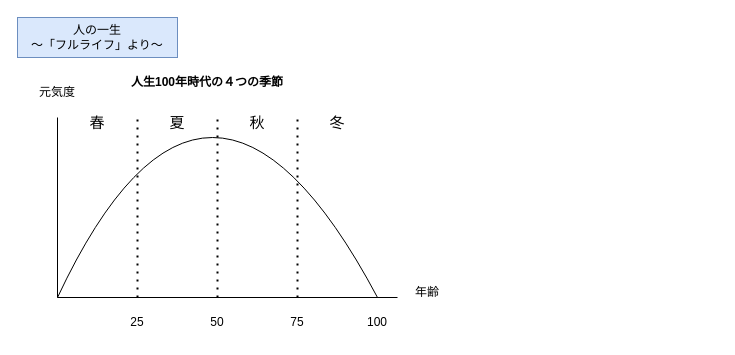
The draw.io diagram qiita_time_hito2.drawio in YossyIto/booklog_drowio, before the edit. Source tidied: cells renumbered, new cells numbered last; positions are measured from the earlier drawing's top-left corner, leaving out a move shared by most shapes. Both pictures are drawn from the tidied source at 100%, with x=0, y=0 at pixel (17, -23).
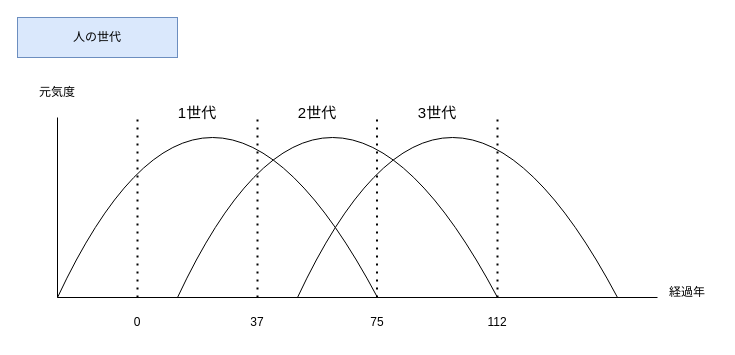
The same page after the edit.

Commit message:
qiita_time_hito2.drawio を更新します

Change to the diagram source:
```diff
@@
-    <mxCell id="2" value="人の一生&lt;div&gt;～「フルライフ」より～&lt;/div&gt;" style="text;html=1;align=center;verticalAlign=middle;whiteSpace=wrap;rounded=0;fillColor=#dae8fc;strokeColor=#6c8ebf;" parent="1" vertex="1">
+    <mxCell id="2" value="人の世代" style="text;html=1;align=center;verticalAlign=middle;whiteSpace=wrap;rounded=0;fillColor=#dae8fc;strokeColor=#6c8ebf;" parent="1" vertex="1">
       <mxGeometry y="40" width="160" height="40" as="geometry" />
     </mxCell>
@@
     <mxCell id="4" style="endArrow=none;html=1;rounded=0;" parent="1" edge="1">
       <mxGeometry relative="1" as="geometry">
         <mxPoint x="40" y="320" as="sourcePoint" />
-        <mxPoint x="380" y="320" as="targetPoint" />
+        <mxPoint x="640" y="320" as="targetPoint" />
       </mxGeometry>
     </mxCell>
     <mxCell id="5" style="endArrow=none;dashed=1;html=1;dashPattern=1 3;strokeWidth=2;rounded=0;" parent="1" edge="1">
       <mxGeometry relative="1" as="geometry">
-        <mxPoint x="200" y="320" as="sourcePoint" />
-        <mxPoint x="200" y="140" as="targetPoint" />
+        <mxPoint x="240" y="320" as="sourcePoint" />
+        <mxPoint x="240" y="140" as="targetPoint" />
       </mxGeometry>
     </mxCell>
@@
-    <mxCell id="7" style="endArrow=none;dashed=1;html=1;dashPattern=1 3;strokeWidth=2;rounded=0;" parent="1" edge="1">
-      <mxGeometry relative="1" as="geometry">
-        <mxPoint x="280" y="320" as="sourcePoint" />
-        <mxPoint x="280" y="140" as="targetPoint" />
-      </mxGeometry>
-    </mxCell>
@@
-    <mxCell id="9" value="年齢" style="text;html=1;align=center;verticalAlign=middle;whiteSpace=wrap;rounded=0;" parent="1" vertex="1">
-      <mxGeometry x="380" y="300" width="60" height="30" as="geometry" />
+    <mxCell id="9" value="経過年" style="text;html=1;align=center;verticalAlign=middle;whiteSpace=wrap;rounded=0;" parent="1" vertex="1">
+      <mxGeometry x="640" y="300" width="60" height="30" as="geometry" />
     </mxCell>
@@
-    <mxCell id="11" value="75" style="text;html=1;align=center;verticalAlign=middle;whiteSpace=wrap;rounded=0;" parent="1" vertex="1">
-      <mxGeometry x="250" y="330" width="60" height="30" as="geometry" />
-    </mxCell>
-    <mxCell id="12" value="50" style="text;html=1;align=center;verticalAlign=middle;whiteSpace=wrap;rounded=0;" parent="1" vertex="1">
-      <mxGeometry x="170" y="330" width="60" height="30" as="geometry" />
+    <mxCell id="12" value="37" style="text;html=1;align=center;verticalAlign=middle;whiteSpace=wrap;rounded=0;" parent="1" vertex="1">
+      <mxGeometry x="210" y="330" width="60" height="30" as="geometry" />
     </mxCell>
-    <mxCell id="13" value="25" style="text;html=1;align=center;verticalAlign=middle;whiteSpace=wrap;rounded=0;" parent="1" vertex="1">
+    <mxCell id="13" value="0" style="text;html=1;align=center;verticalAlign=middle;whiteSpace=wrap;rounded=0;" parent="1" vertex="1">
       <mxGeometry x="90" y="330" width="60" height="30" as="geometry" />
     </mxCell>
-    <mxCell id="14" value="100" style="text;html=1;align=center;verticalAlign=middle;whiteSpace=wrap;rounded=0;" parent="1" vertex="1">
-      <mxGeometry x="330" y="330" width="60" height="30" as="geometry" />
-    </mxCell>
-    <mxCell id="15" value="春" style="text;html=1;align=center;verticalAlign=middle;whiteSpace=wrap;rounded=0;fontSize=15;" parent="1" vertex="1">
-      <mxGeometry x="50" y="130" width="60" height="30" as="geometry" />
-    </mxCell>
-    <mxCell id="16" value="夏" style="text;html=1;align=center;verticalAlign=middle;whiteSpace=wrap;rounded=0;fontSize=15;" parent="1" vertex="1">
-      <mxGeometry x="130" y="130" width="60" height="30" as="geometry" />
+    <mxCell id="16" value="1世代" style="text;html=1;align=center;verticalAlign=middle;whiteSpace=wrap;rounded=0;fontSize=15;" parent="1" vertex="1">
+      <mxGeometry x="150" y="120" width="60" height="30" as="geometry" />
     </mxCell>
-    <mxCell id="17" value="秋" style="text;html=1;align=center;verticalAlign=middle;whiteSpace=wrap;rounded=0;fontSize=15;" parent="1" vertex="1">
-      <mxGeometry x="210" y="130" width="60" height="30" as="geometry" />
-    </mxCell>
-    <mxCell id="18" value="冬" style="text;html=1;align=center;verticalAlign=middle;whiteSpace=wrap;rounded=0;fontSize=15;" parent="1" vertex="1">
-      <mxGeometry x="290" y="130" width="60" height="30" as="geometry" />
-    </mxCell>
-    <mxCell id="19" value="人生100年時代の４つの季節" style="text;html=1;align=center;verticalAlign=middle;whiteSpace=wrap;rounded=0;fontStyle=1;" parent="1" vertex="1">
-      <mxGeometry x="80" y="90" width="220" height="30" as="geometry" />
-    </mxCell>
+    <mxCell id="20" style="curved=1;endArrow=none;html=1;rounded=0;endFill=0;" parent="1" edge="1">
+      <mxGeometry relative="1" as="geometry">
+        <mxPoint x="160" y="320" as="sourcePoint" />
+        <mxPoint x="480" y="320" as="targetPoint" />
+        <Array as="points">
+          <mxPoint x="310" />
+        </Array>
+      </mxGeometry>
+    </mxCell>
+    <mxCell id="21" style="endArrow=none;dashed=1;html=1;dashPattern=1 3;strokeWidth=2;rounded=0;" parent="1" edge="1">
+      <mxGeometry relative="1" as="geometry">
+        <mxPoint x="359.5" y="320" as="sourcePoint" />
+        <mxPoint x="359.5" y="140" as="targetPoint" />
+      </mxGeometry>
+    </mxCell>
+    <mxCell id="11" value="75" style="text;html=1;align=center;verticalAlign=middle;whiteSpace=wrap;rounded=0;" parent="1" vertex="1">
+      <mxGeometry x="330" y="330" width="60" height="30" as="geometry" />
+    </mxCell>
+    <mxCell id="22" value="2世代" style="text;html=1;align=center;verticalAlign=middle;whiteSpace=wrap;rounded=0;fontSize=15;" parent="1" vertex="1">
+      <mxGeometry x="270" y="120" width="60" height="30" as="geometry" />
+    </mxCell>
+    <mxCell id="23" style="curved=1;endArrow=none;html=1;rounded=0;endFill=0;" parent="1" edge="1">
+      <mxGeometry relative="1" as="geometry">
+        <mxPoint x="280" y="320" as="sourcePoint" />
+        <mxPoint x="600" y="320" as="targetPoint" />
+        <Array as="points">
+          <mxPoint x="430" />
+        </Array>
+      </mxGeometry>
+    </mxCell>
+    <mxCell id="24" style="endArrow=none;dashed=1;html=1;dashPattern=1 3;strokeWidth=2;rounded=0;" parent="1" edge="1">
+      <mxGeometry relative="1" as="geometry">
+        <mxPoint x="480" y="320" as="sourcePoint" />
+        <mxPoint x="480" y="140" as="targetPoint" />
+      </mxGeometry>
+    </mxCell>
+    <mxCell id="25" value="3世代" style="text;html=1;align=center;verticalAlign=middle;whiteSpace=wrap;rounded=0;fontSize=15;" parent="1" vertex="1">
+      <mxGeometry x="390" y="120" width="60" height="30" as="geometry" />
+    </mxCell>
+    <mxCell id="26" value="112" style="text;html=1;align=center;verticalAlign=middle;whiteSpace=wrap;rounded=0;" parent="1" vertex="1">
+      <mxGeometry x="450" y="330" width="60" height="30" as="geometry" />
+    </mxCell>
```
